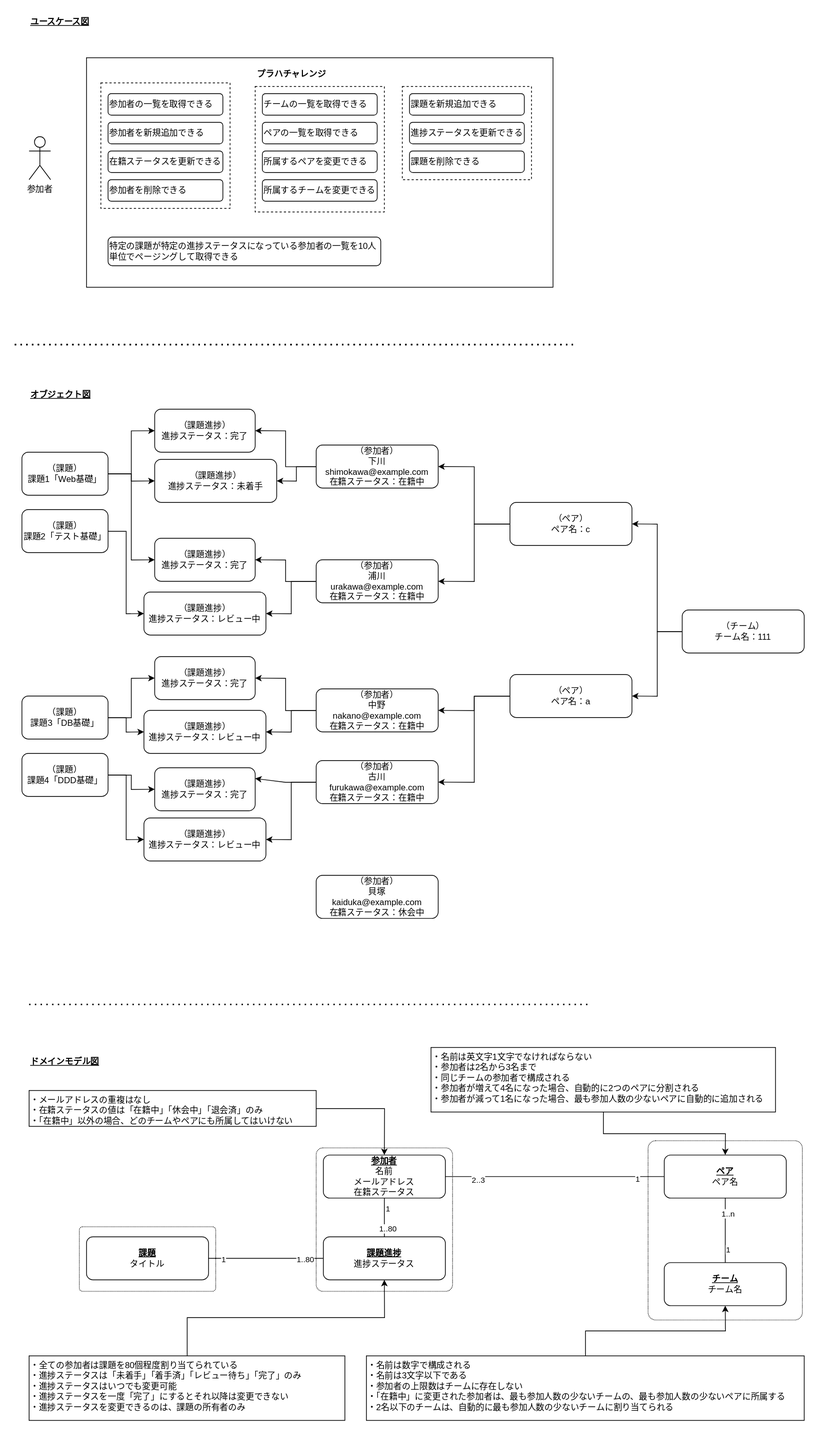
Above: modeling/modeling.drawio.svg in KeisukeShimokawa/praha-challenges-ddd (draw.io), before the change. Source tidied: cells renumbered, new cells last; positions are measured from the earlier drawing's top-left corner, leaving out a move shared by most shapes.
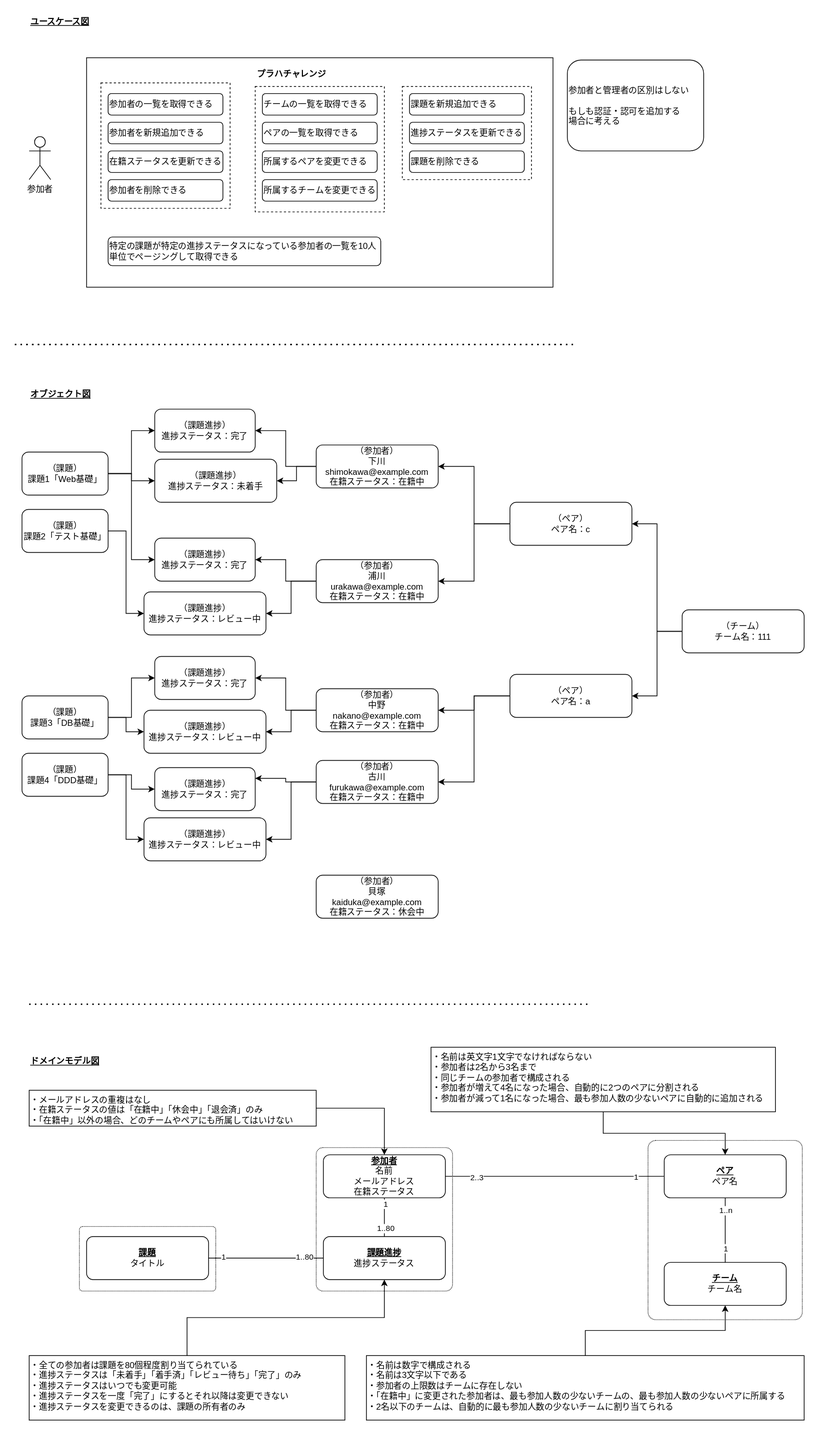
The same diagram one commit later.

Change to the diagram source:
```diff
@@ -3,7 +3,7 @@
     <mxCell id="0" />
     <mxCell id="1" parent="0" />
     <mxCell id="2" style="rounded=0;whiteSpace=wrap;html=1;strokeColor=none;" parent="1" vertex="1">
-      <mxGeometry width="820" height="440" as="geometry" />
+      <mxGeometry width="990" height="440" as="geometry" />
     </mxCell>
     <mxCell id="3" value="ユースケース図" style="text;html=1;align=left;verticalAlign=middle;strokeColor=none;fontStyle=5;" parent="1" vertex="1">
       <mxGeometry x="40" y="20" width="100" height="20" as="geometry" />
@@ -12,7 +12,7 @@
       <mxGeometry x="40" y="190" width="30" height="60" as="geometry" />
     </mxCell>
     <mxCell id="5" style="group;" parent="1" vertex="1">
-      <mxGeometry x="120" y="80" width="650" height="370" as="geometry" />
+      <mxGeometry x="120" y="80" width="850" height="370" as="geometry" />
     </mxCell>
     <mxCell id="6" style="rounded=0;whiteSpace=wrap;html=1;align=left;" parent="5" vertex="1">
       <mxGeometry width="650" height="320" as="geometry" />
@@ -305,5 +305,8 @@
     <mxCell id="99" style="rounded=1;whiteSpace=wrap;html=1;align=left;verticalAlign=top;fillColor=none;dashed=1;dashPattern=1 1;arcSize=5;" parent="1" vertex="1">
       <mxGeometry x="902.5" y="1590" width="215" height="250" as="geometry" />
     </mxCell>
+    <mxCell id="100" value="参加者と管理者の区別はしない&lt;br&gt;&lt;br&gt;もしも認証・認可を追加する&lt;br&gt;場合に考える" style="rounded=1;whiteSpace=wrap;html=1;align=left;" parent="1" vertex="1">
+      <mxGeometry x="790" y="83.2" width="190" height="126.8" as="geometry" />
+    </mxCell>
   </root>
 </mxGraphModel>
```
